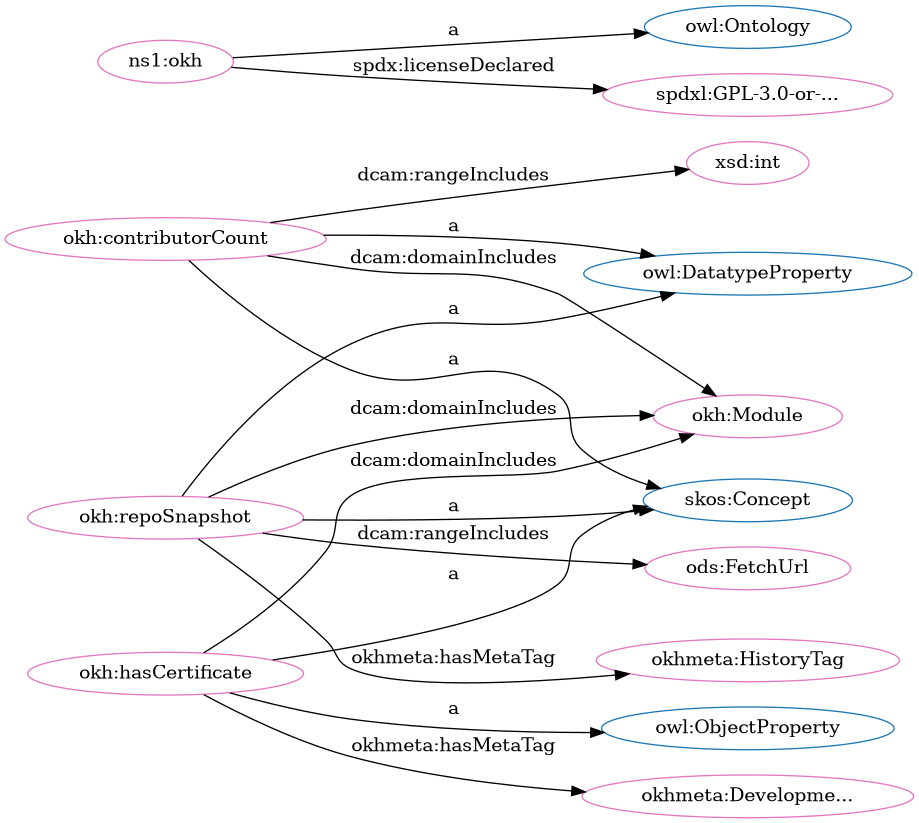
Before: src/spec/dot_okh_proposed.png, a diagram exported from Graphviz (iop-alliance/OpenKnowHow). Its source is kept beside it as src/spec/dot_okh_proposed.dot. Source of this version:
```dot
digraph G {
  rankdir=BT
  node[height=.3]
"http://www.w3.org/2004/02/skos/core#Concept" [fillcolor="#1f77b4" color="#1f77b4" label="skos:Concept"]
"http://www.w3.org/2002/07/owl#ObjectProperty" [fillcolor="#1f77b4" color="#1f77b4" label="owl:ObjectProperty"]
"http://www.w3.org/2002/07/owl#Ontology" [fillcolor="#1f77b4" color="#1f77b4" label="owl:Ontology"]
"http://www.w3.org/2002/07/owl#DatatypeProperty" [fillcolor="#1f77b4" color="#1f77b4" label="owl:DatatypeProperty"]
"http://w3id.org/oseg/ont/okh#contributorCount" [fillcolor="#e377c2" color="#e377c2" label="okh:contributorCount"]
"http://w3id.org/oseg/ont/okh#hasCertificate" [fillcolor="#e377c2" color="#e377c2" label="okh:hasCertificate"]
"http://w3id.org/oseg/ont/okh#repoSnapshot" [fillcolor="#e377c2" color="#e377c2" label="okh:repoSnapshot"]
"http://w3id.org/oseg/ont/okh#Module" [fillcolor="#e377c2" color="#e377c2" label="okh:Module"]
"http://w3id.org/oseg/ont/ods#FetchUrl" [fillcolor="#e377c2" color="#e377c2" label="ods:FetchUrl"]
"http://w3id.org/oseg/ont/okhmeta#HistoryTag" [fillcolor="#e377c2" color="#e377c2" label="okhmeta:HistoryTag"]
"http://www.w3.org/2001/XMLSchema#int" [fillcolor="#e377c2" color="#e377c2" label="xsd:int"]
"http://spdx.org/licenses/GPL-3.0-or-later" [fillcolor="#e377c2" color="#e377c2" label="spdxl:GPL-3.0-or-..."]
"http://w3id.org/oseg/ont/okhmeta#DevelopmentTag" [fillcolor="#e377c2" color="#e377c2" label="okhmeta:Developme..."]
"http://w3id.org/oseg/ont/okh" [fillcolor="#e377c2" color="#e377c2" label="ns1:okh"]
  "http://w3id.org/oseg/ont/okh#hasCertificate" -> "http://www.w3.org/2002/07/owl#ObjectProperty" [label="a"]
  "http://w3id.org/oseg/ont/okh#contributorCount" -> "http://www.w3.org/2002/07/owl#DatatypeProperty" [label="a"]
  "http://w3id.org/oseg/ont/okh#repoSnapshot" -> "http://w3id.org/oseg/ont/okh#Module" [label="dcam:domainIncludes"]
  "http://w3id.org/oseg/ont/okh#repoSnapshot" -> "http://w3id.org/oseg/ont/ods#FetchUrl" [label="dcam:rangeIncludes"]
  "http://w3id.org/oseg/ont/okh#repoSnapshot" -> "http://w3id.org/oseg/ont/okhmeta#HistoryTag" [label="okhmeta:hasMetaTag"]
  "http://w3id.org/oseg/ont/okh#contributorCount" -> "http://www.w3.org/2004/02/skos/core#Concept" [label="a"]
  "http://w3id.org/oseg/ont/okh#repoSnapshot" -> "http://www.w3.org/2002/07/owl#DatatypeProperty" [label="a"]
  "http://w3id.org/oseg/ont/okh#hasCertificate" -> "http://www.w3.org/2004/02/skos/core#Concept" [label="a"]
  "http://w3id.org/oseg/ont/okh#hasCertificate" -> "http://w3id.org/oseg/ont/okh#Module" [label="dcam:domainIncludes"]
  "http://w3id.org/oseg/ont/okh#contributorCount" -> "http://w3id.org/oseg/ont/okh#Module" [label="dcam:domainIncludes"]
  "http://w3id.org/oseg/ont/okh#contributorCount" -> "http://www.w3.org/2001/XMLSchema#int" [label="dcam:rangeIncludes"]
  "http://w3id.org/oseg/ont/okh" -> "http://spdx.org/licenses/GPL-3.0-or-later" [label="spdx:licenseDeclared"]
  "http://w3id.org/oseg/ont/okh#hasCertificate" -> "http://w3id.org/oseg/ont/okhmeta#DevelopmentTag" [label="okhmeta:hasMetaTag"]
  "http://w3id.org/oseg/ont/okh" -> "http://www.w3.org/2002/07/owl#Ontology" [label="a"]
  "http://w3id.org/oseg/ont/okh#repoSnapshot" -> "http://www.w3.org/2004/02/skos/core#Concept" [label="a"]
}
```
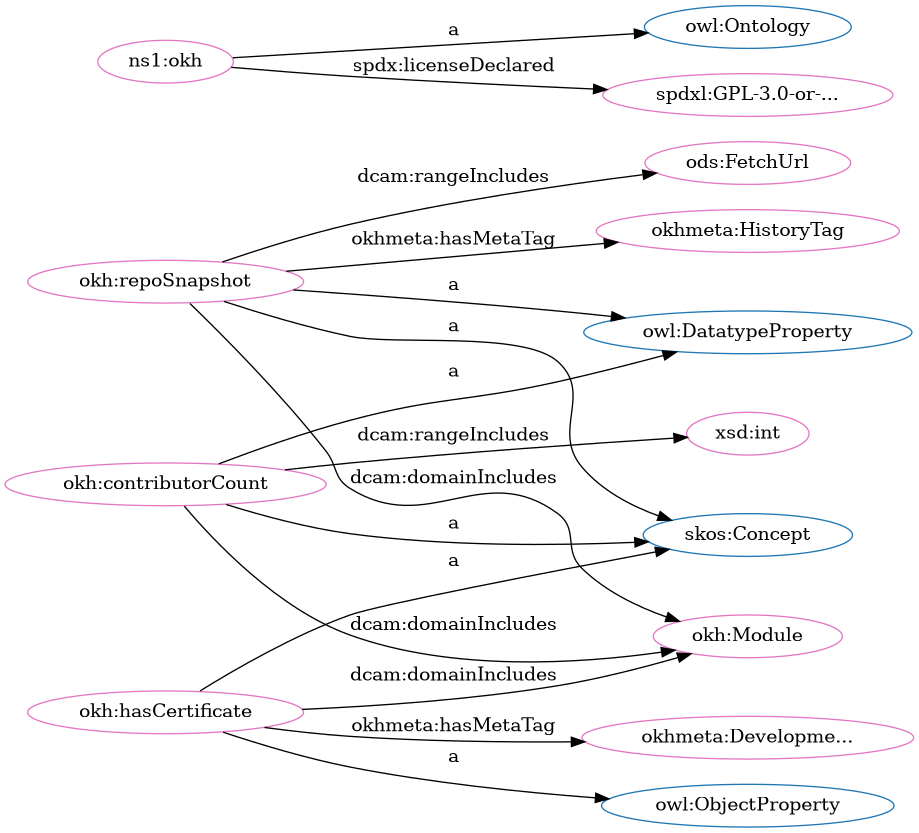
The same diagram one commit later.

Diff of the diagram source:
```diff
@@ -2,32 +2,32 @@
   rankdir=BT
   node[height=.3]
 "http://www.w3.org/2004/02/skos/core#Concept" [fillcolor="#1f77b4" color="#1f77b4" label="skos:Concept"]
+"http://www.w3.org/2002/07/owl#DatatypeProperty" [fillcolor="#1f77b4" color="#1f77b4" label="owl:DatatypeProperty"]
 "http://www.w3.org/2002/07/owl#ObjectProperty" [fillcolor="#1f77b4" color="#1f77b4" label="owl:ObjectProperty"]
 "http://www.w3.org/2002/07/owl#Ontology" [fillcolor="#1f77b4" color="#1f77b4" label="owl:Ontology"]
-"http://www.w3.org/2002/07/owl#DatatypeProperty" [fillcolor="#1f77b4" color="#1f77b4" label="owl:DatatypeProperty"]
-"http://w3id.org/oseg/ont/okh#contributorCount" [fillcolor="#e377c2" color="#e377c2" label="okh:contributorCount"]
+"http://w3id.org/oseg/ont/okh#repoSnapshot" [fillcolor="#e377c2" color="#e377c2" label="okh:repoSnapshot"]
 "http://w3id.org/oseg/ont/okh#hasCertificate" [fillcolor="#e377c2" color="#e377c2" label="okh:hasCertificate"]
-"http://w3id.org/oseg/ont/okh#repoSnapshot" [fillcolor="#e377c2" color="#e377c2" label="okh:repoSnapshot"]
 "http://w3id.org/oseg/ont/okh#Module" [fillcolor="#e377c2" color="#e377c2" label="okh:Module"]
 "http://w3id.org/oseg/ont/ods#FetchUrl" [fillcolor="#e377c2" color="#e377c2" label="ods:FetchUrl"]
+"http://w3id.org/oseg/ont/okh#contributorCount" [fillcolor="#e377c2" color="#e377c2" label="okh:contributorCount"]
+"http://spdx.org/licenses/GPL-3.0-or-later" [fillcolor="#e377c2" color="#e377c2" label="spdxl:GPL-3.0-or-..."]
+"http://www.w3.org/2001/XMLSchema#int" [fillcolor="#e377c2" color="#e377c2" label="xsd:int"]
+"http://w3id.org/oseg/ont/okh" [fillcolor="#e377c2" color="#e377c2" label="ns1:okh"]
+"http://w3id.org/oseg/ont/okhmeta#DevelopmentTag" [fillcolor="#e377c2" color="#e377c2" label="okhmeta:Developme..."]
 "http://w3id.org/oseg/ont/okhmeta#HistoryTag" [fillcolor="#e377c2" color="#e377c2" label="okhmeta:HistoryTag"]
-"http://www.w3.org/2001/XMLSchema#int" [fillcolor="#e377c2" color="#e377c2" label="xsd:int"]
-"http://spdx.org/licenses/GPL-3.0-or-later" [fillcolor="#e377c2" color="#e377c2" label="spdxl:GPL-3.0-or-..."]
-"http://w3id.org/oseg/ont/okhmeta#DevelopmentTag" [fillcolor="#e377c2" color="#e377c2" label="okhmeta:Developme..."]
-"http://w3id.org/oseg/ont/okh" [fillcolor="#e377c2" color="#e377c2" label="ns1:okh"]
+  "http://w3id.org/oseg/ont/okh#repoSnapshot" -> "http://www.w3.org/2004/02/skos/core#Concept" [label="a"]
+  "http://w3id.org/oseg/ont/okh#hasCertificate" -> "http://www.w3.org/2004/02/skos/core#Concept" [label="a"]
+  "http://w3id.org/oseg/ont/okh#repoSnapshot" -> "http://w3id.org/oseg/ont/ods#FetchUrl" [label="dcam:rangeIncludes"]
+  "http://w3id.org/oseg/ont/okh#contributorCount" -> "http://www.w3.org/2004/02/skos/core#Concept" [label="a"]
+  "http://w3id.org/oseg/ont/okh#contributorCount" -> "http://www.w3.org/2001/XMLSchema#int" [label="dcam:rangeIncludes"]
+  "http://w3id.org/oseg/ont/okh#hasCertificate" -> "http://w3id.org/oseg/ont/okhmeta#DevelopmentTag" [label="okhmeta:hasMetaTag"]
+  "http://w3id.org/oseg/ont/okh#repoSnapshot" -> "http://w3id.org/oseg/ont/okh#Module" [label="dcam:domainIncludes"]
+  "http://w3id.org/oseg/ont/okh#hasCertificate" -> "http://w3id.org/oseg/ont/okh#Module" [label="dcam:domainIncludes"]
+  "http://w3id.org/oseg/ont/okh" -> "http://spdx.org/licenses/GPL-3.0-or-later" [label="spdx:licenseDeclared"]
+  "http://w3id.org/oseg/ont/okh#contributorCount" -> "http://w3id.org/oseg/ont/okh#Module" [label="dcam:domainIncludes"]
+  "http://w3id.org/oseg/ont/okh" -> "http://www.w3.org/2002/07/owl#Ontology" [label="a"]
+  "http://w3id.org/oseg/ont/okh#repoSnapshot" -> "http://www.w3.org/2002/07/owl#DatatypeProperty" [label="a"]
+  "http://w3id.org/oseg/ont/okh#repoSnapshot" -> "http://w3id.org/oseg/ont/okhmeta#HistoryTag" [label="okhmeta:hasMetaTag"]
+  "http://w3id.org/oseg/ont/okh#contributorCount" -> "http://www.w3.org/2002/07/owl#DatatypeProperty" [label="a"]
   "http://w3id.org/oseg/ont/okh#hasCertificate" -> "http://www.w3.org/2002/07/owl#ObjectProperty" [label="a"]
-  "http://w3id.org/oseg/ont/okh#contributorCount" -> "http://www.w3.org/2002/07/owl#DatatypeProperty" [label="a"]
-  "http://w3id.org/oseg/ont/okh#repoSnapshot" -> "http://w3id.org/oseg/ont/okh#Module" [label="dcam:domainIncludes"]
-  "http://w3id.org/oseg/ont/okh#repoSnapshot" -> "http://w3id.org/oseg/ont/ods#FetchUrl" [label="dcam:rangeIncludes"]
-  "http://w3id.org/oseg/ont/okh#repoSnapshot" -> "http://w3id.org/oseg/ont/okhmeta#HistoryTag" [label="okhmeta:hasMetaTag"]
-  "http://w3id.org/oseg/ont/okh#contributorCount" -> "http://www.w3.org/2004/02/skos/core#Concept" [label="a"]
-  "http://w3id.org/oseg/ont/okh#repoSnapshot" -> "http://www.w3.org/2002/07/owl#DatatypeProperty" [label="a"]
-  "http://w3id.org/oseg/ont/okh#hasCertificate" -> "http://www.w3.org/2004/02/skos/core#Concept" [label="a"]
-  "http://w3id.org/oseg/ont/okh#hasCertificate" -> "http://w3id.org/oseg/ont/okh#Module" [label="dcam:domainIncludes"]
-  "http://w3id.org/oseg/ont/okh#contributorCount" -> "http://w3id.org/oseg/ont/okh#Module" [label="dcam:domainIncludes"]
-  "http://w3id.org/oseg/ont/okh#contributorCount" -> "http://www.w3.org/2001/XMLSchema#int" [label="dcam:rangeIncludes"]
-  "http://w3id.org/oseg/ont/okh" -> "http://spdx.org/licenses/GPL-3.0-or-later" [label="spdx:licenseDeclared"]
-  "http://w3id.org/oseg/ont/okh#hasCertificate" -> "http://w3id.org/oseg/ont/okhmeta#DevelopmentTag" [label="okhmeta:hasMetaTag"]
-  "http://w3id.org/oseg/ont/okh" -> "http://www.w3.org/2002/07/owl#Ontology" [label="a"]
-  "http://w3id.org/oseg/ont/okh#repoSnapshot" -> "http://www.w3.org/2004/02/skos/core#Concept" [label="a"]
 }
```
